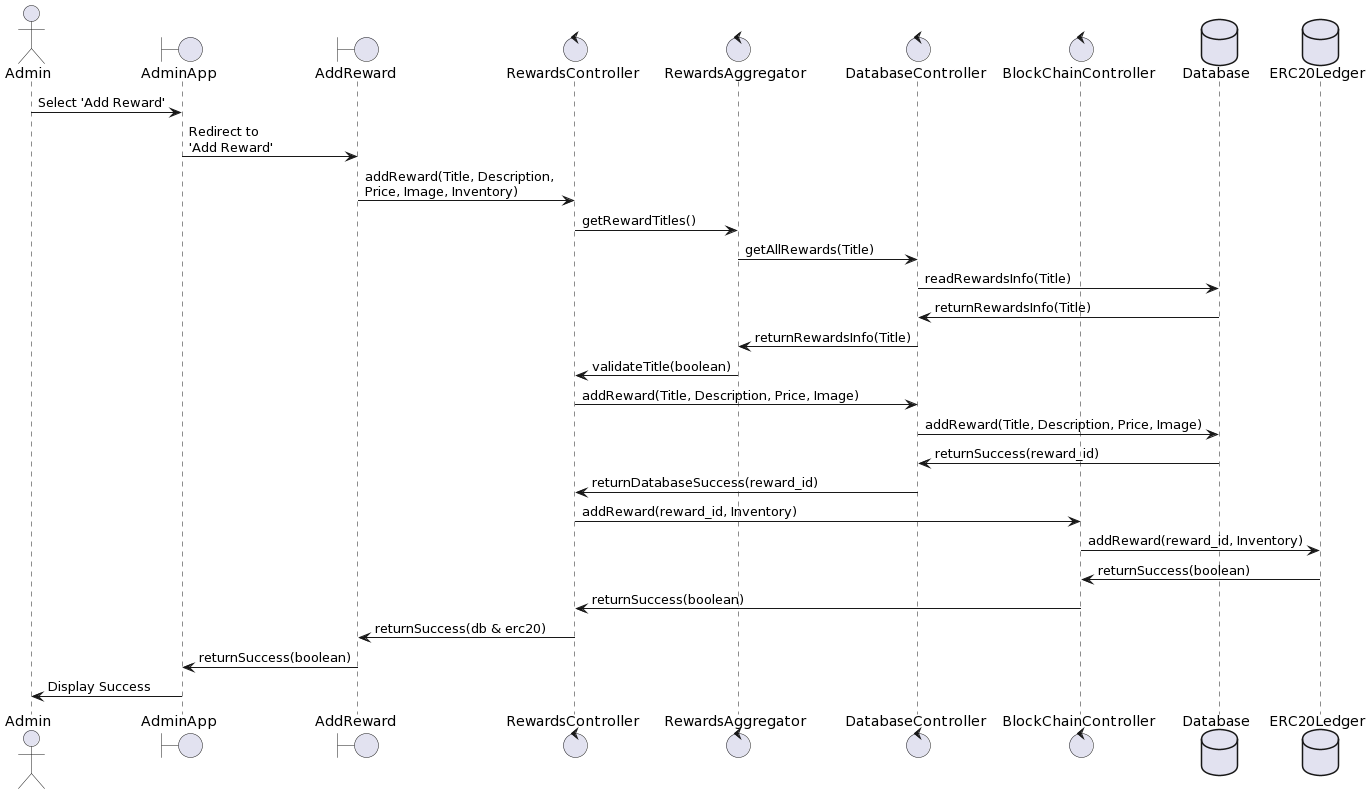
Before: Admin_AddReward.png, a diagram exported from PlantUML (Tamong/TFS).
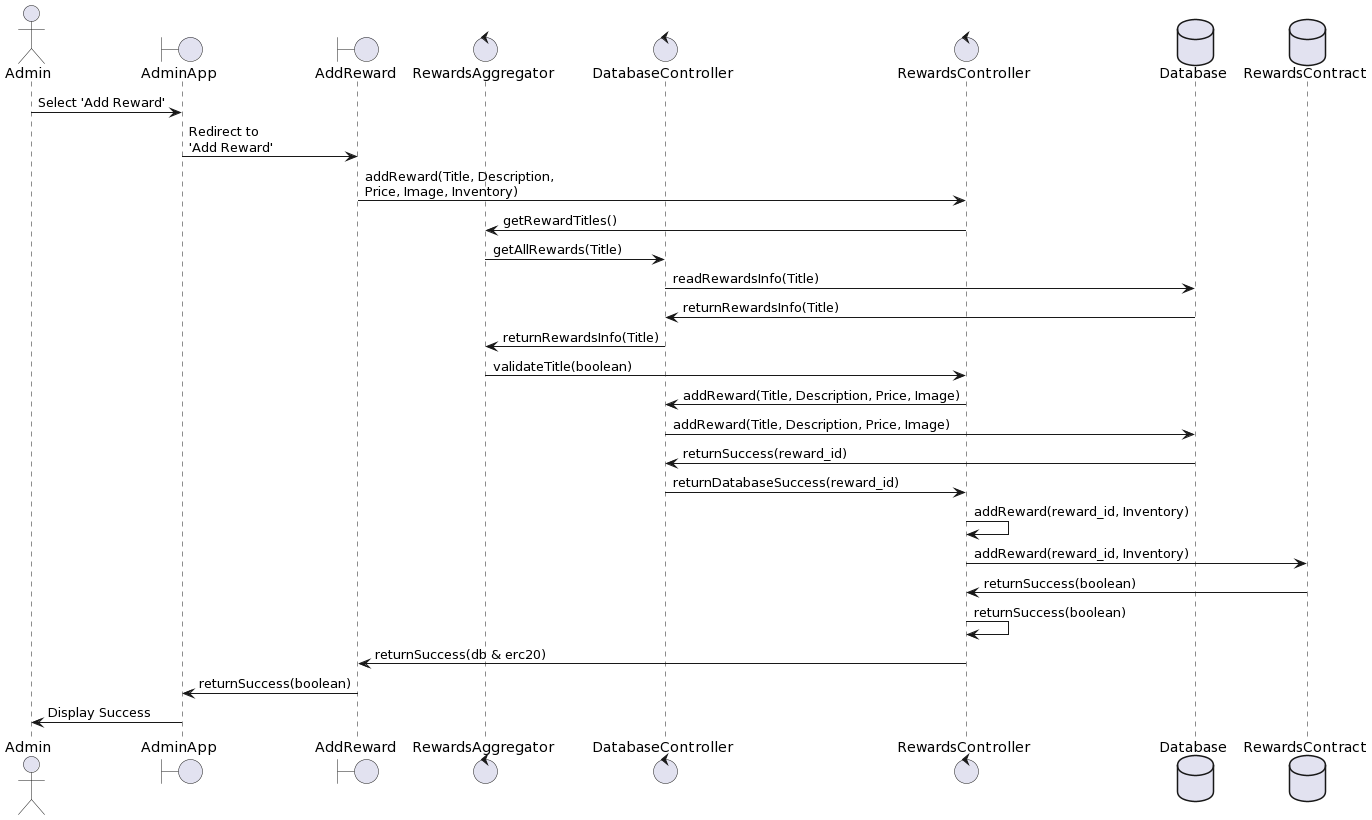
After the commit.

The edit, as a diff of the source:
```diff
@@ -6,10 +6,10 @@
 control     RewardsController
 control     RewardsAggregator
 control     DatabaseController
-control     BlockChainController
+control     RewardsController
 
 database    Database
-database    ERC20Ledger
+database    RewardsContract
 
 Admin -> AdminApp: Select 'Add Reward'
 AdminApp -> AddReward: Redirect to \n'Add Reward'
@@ -29,11 +29,11 @@
 Database-> DatabaseController: returnSuccess(reward_id)
 DatabaseController-> RewardsController : returnDatabaseSuccess(reward_id)
 
-RewardsController -> BlockChainController : addReward(reward_id, Inventory)
-BlockChainController -> ERC20Ledger : addReward(reward_id, Inventory)
+RewardsController -> RewardsController: addReward(reward_id, Inventory)
+RewardsController-> RewardsContract: addReward(reward_id, Inventory)
 
-ERC20Ledger -> BlockChainController : returnSuccess(boolean)
-BlockChainController -> RewardsController : returnSuccess(boolean)
+RewardsContract-> RewardsController: returnSuccess(boolean)
+RewardsController-> RewardsController : returnSuccess(boolean)
 
 RewardsController -> AddReward : returnSuccess(db & erc20)
 AddReward -> AdminApp: returnSuccess(boolean)
```
